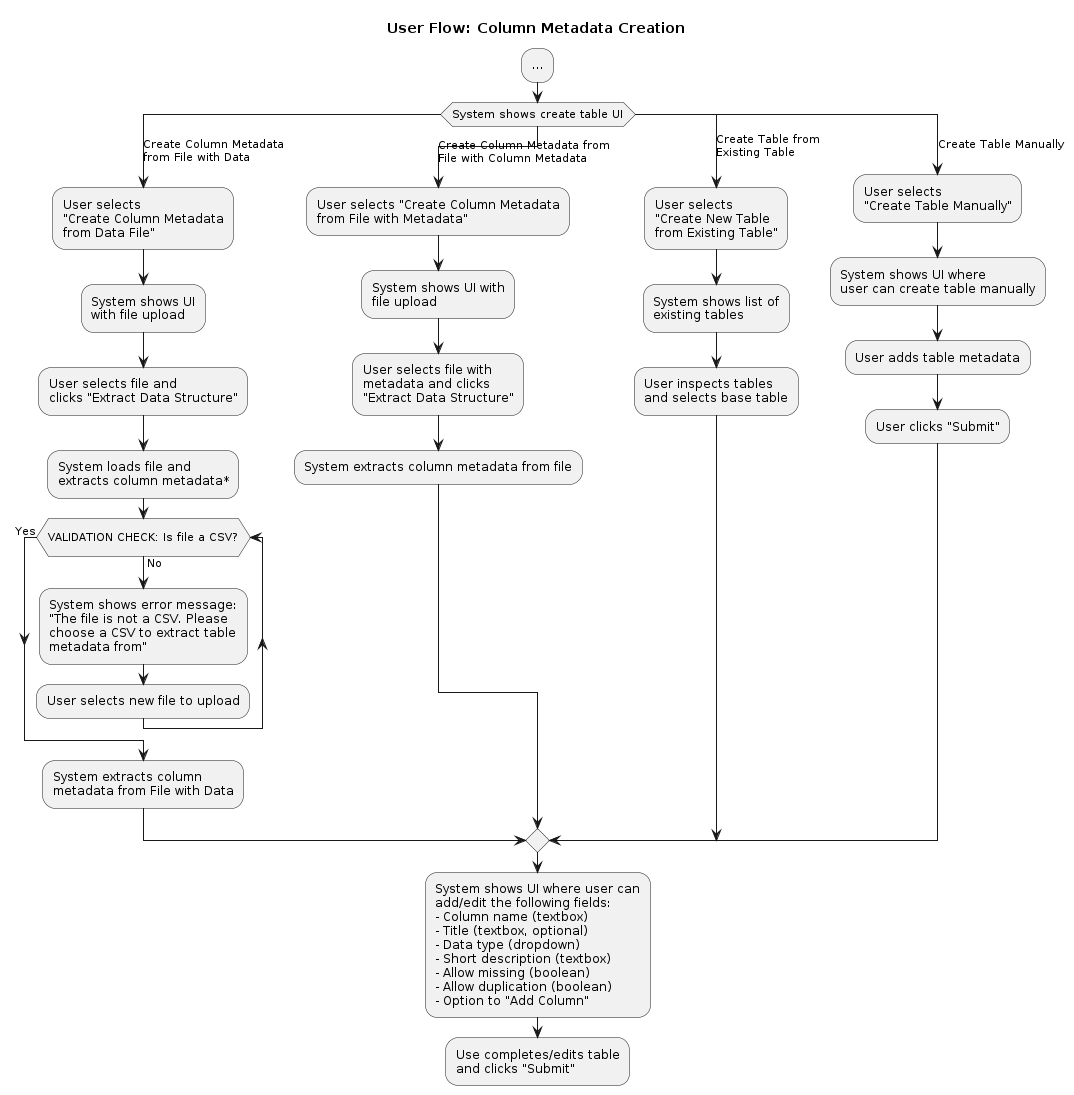
Earlier version of the PlantUML export docs/design/images/user-flow-column-metadata-creation.png (signekb/seedcase-sprout).
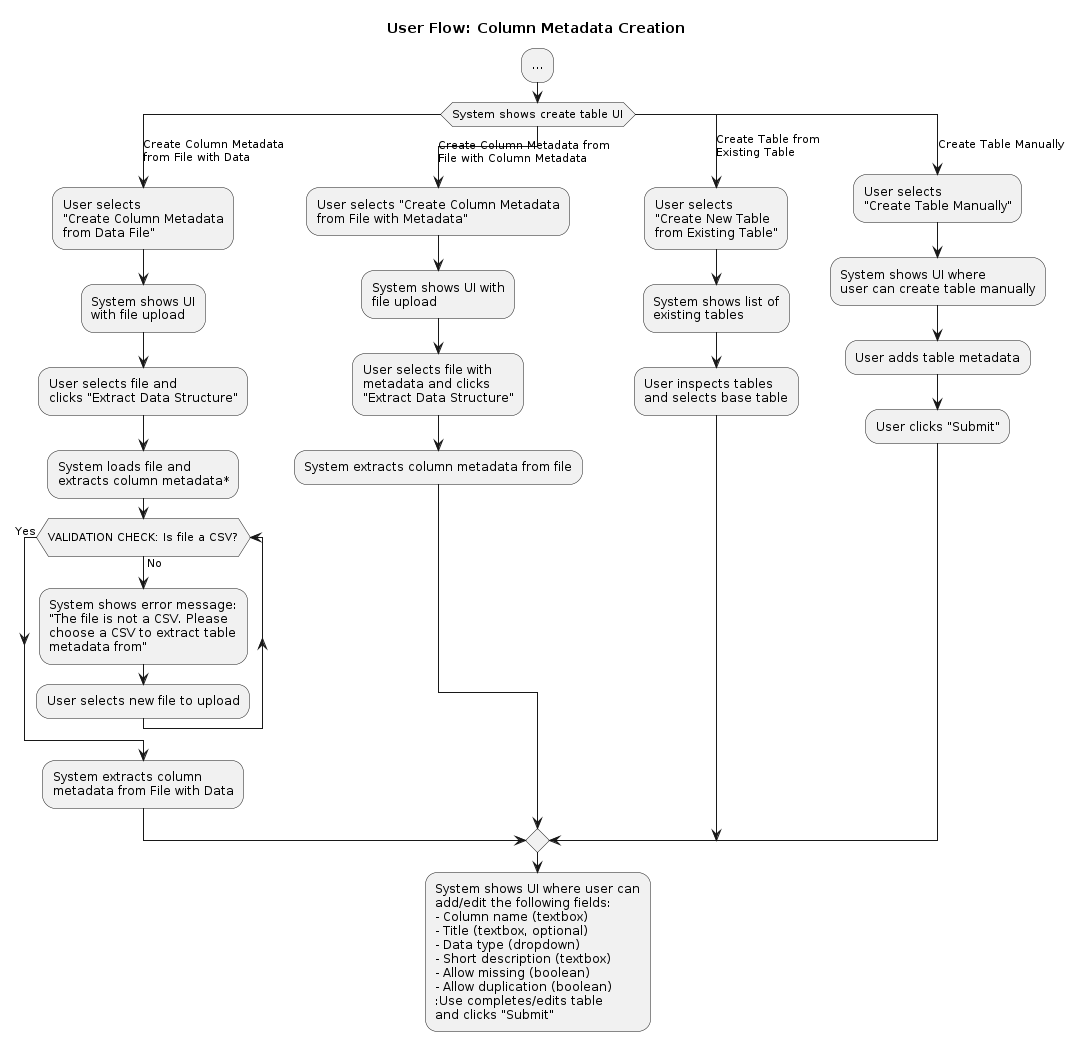
Later version of the same file.

What changed in the source:
```diff
@@ -56,7 +56,6 @@
     - Short description (textbox)
     - Allow missing (boolean)
     - Allow duplication (boolean)
-    - Option to "Add Column";
     :Use completes/edits table
     and clicks "Submit";
 
```
